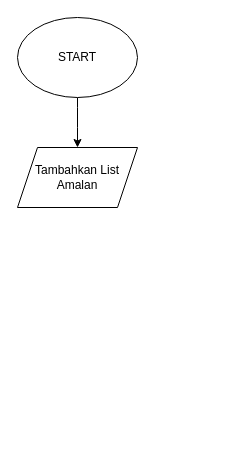
This is flowchart.drawio from izmiduwicahyangmail/Izmi_Amalist, a draw.io file, before an edit. Source tidied: cells renumbered, new cells numbered last; positions are measured from the earlier drawing's top-left corner, leaving out a move shared by most shapes. Both pictures are drawn from the tidied source at 100%, with x=0, y=0 at pixel (17, 17).
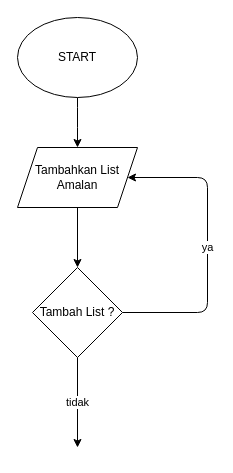
Above is the later version.

Commit message:
Inisialisasi pengkondisian tambah list

What changed in the source:
```diff
@@
 <mxGraphModel>
   <root>
     <mxCell id="0" />
     <mxCell id="1" parent="0" />
     <mxCell id="2" style="edgeStyle=none;html=1;entryX=0.5;entryY=0;entryDx=0;entryDy=0;" parent="1" edge="1" source="3">
       <mxGeometry relative="1" as="geometry">
         <mxPoint x="60" y="130" as="targetPoint" />
         <Array as="points">
           <mxPoint x="60" y="100" />
         </Array>
       </mxGeometry>
     </mxCell>
     <mxCell id="3" value="START" style="ellipse;whiteSpace=wrap;html=1;" parent="1" vertex="1">
       <mxGeometry width="120" height="80" as="geometry" />
     </mxCell>
+    <mxCell id="5" style="edgeStyle=none;html=1;" parent="1" edge="1" source="4" target="9">
+      <mxGeometry relative="1" as="geometry" />
+    </mxCell>
     <mxCell id="4" value="Tambahkan List Amalan" style="shape=parallelogram;perimeter=parallelogramPerimeter;whiteSpace=wrap;html=1;fixedSize=1;" parent="1" vertex="1">
       <mxGeometry y="130" width="120" height="60" as="geometry" />
     </mxCell>
+    <mxCell id="6" style="edgeStyle=none;html=1;entryX=0.5;entryY=0;entryDx=0;entryDy=0;" parent="1" edge="1" target="9">
+      <mxGeometry relative="1" as="geometry">
+        <mxPoint x="70" y="310" as="sourcePoint" />
+      </mxGeometry>
+    </mxCell>
+    <mxCell id="7" value="tidak" style="edgeStyle=none;html=1;" parent="1" edge="1" source="9">
+      <mxGeometry relative="1" as="geometry">
+        <mxPoint x="60" y="430" as="targetPoint" />
+      </mxGeometry>
+    </mxCell>
+    <mxCell id="8" value="ya" style="edgeStyle=none;html=1;entryX=1;entryY=0.5;entryDx=0;entryDy=0;" parent="1" edge="1" source="9" target="4">
+      <mxGeometry relative="1" as="geometry">
+        <Array as="points">
+          <mxPoint x="190" y="295" />
+          <mxPoint x="190" y="160" />
+        </Array>
+      </mxGeometry>
+    </mxCell>
+    <mxCell id="9" value="Tambah List ?" style="rhombus;whiteSpace=wrap;html=1;" parent="1" vertex="1">
+      <mxGeometry x="15" y="250" width="90" height="90" as="geometry" />
+    </mxCell>
   </root>
 </mxGraphModel>
```
